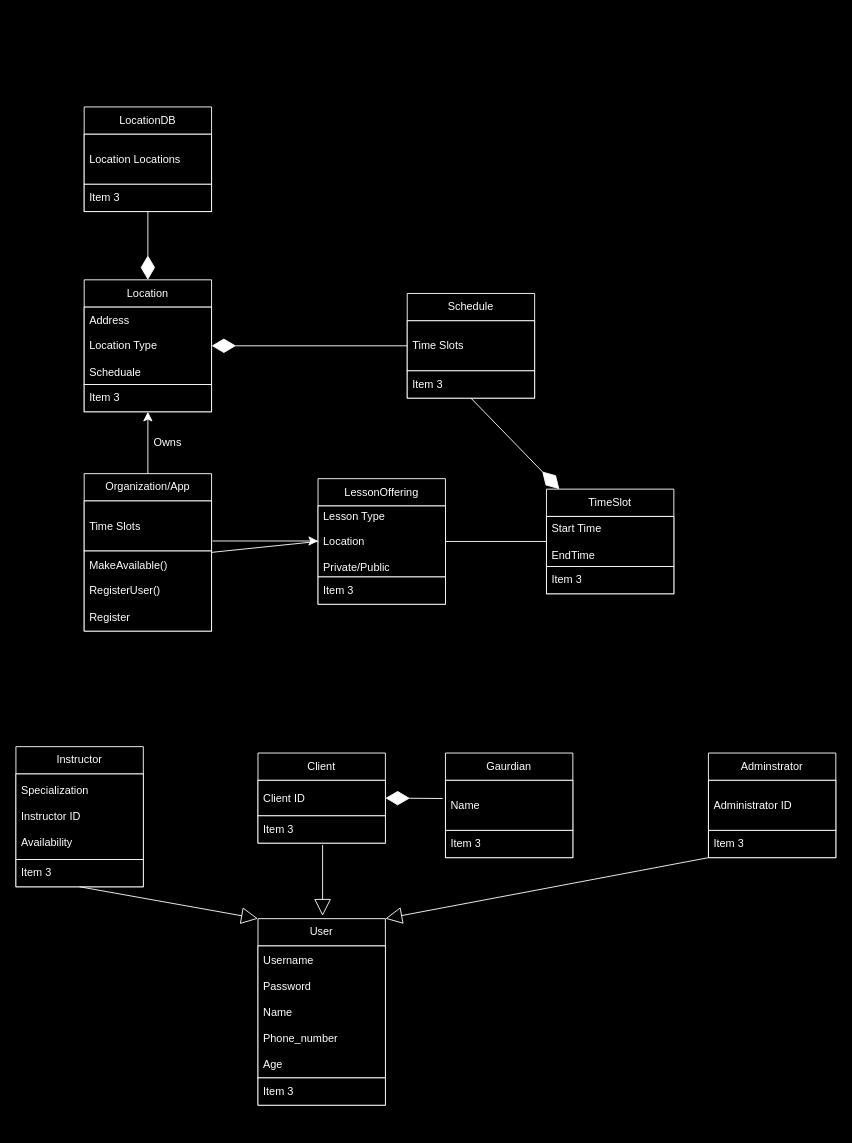
This is class_diagram.drawio from matdavid7272/342project, a draw.io file, before an edit. Source tidied: cells renumbered, new cells numbered last; positions are measured from the earlier drawing's top-left corner, leaving out a move shared by most shapes. Both pictures are drawn from the tidied source at 91%, with x=0, y=0 at pixel (15, 106).
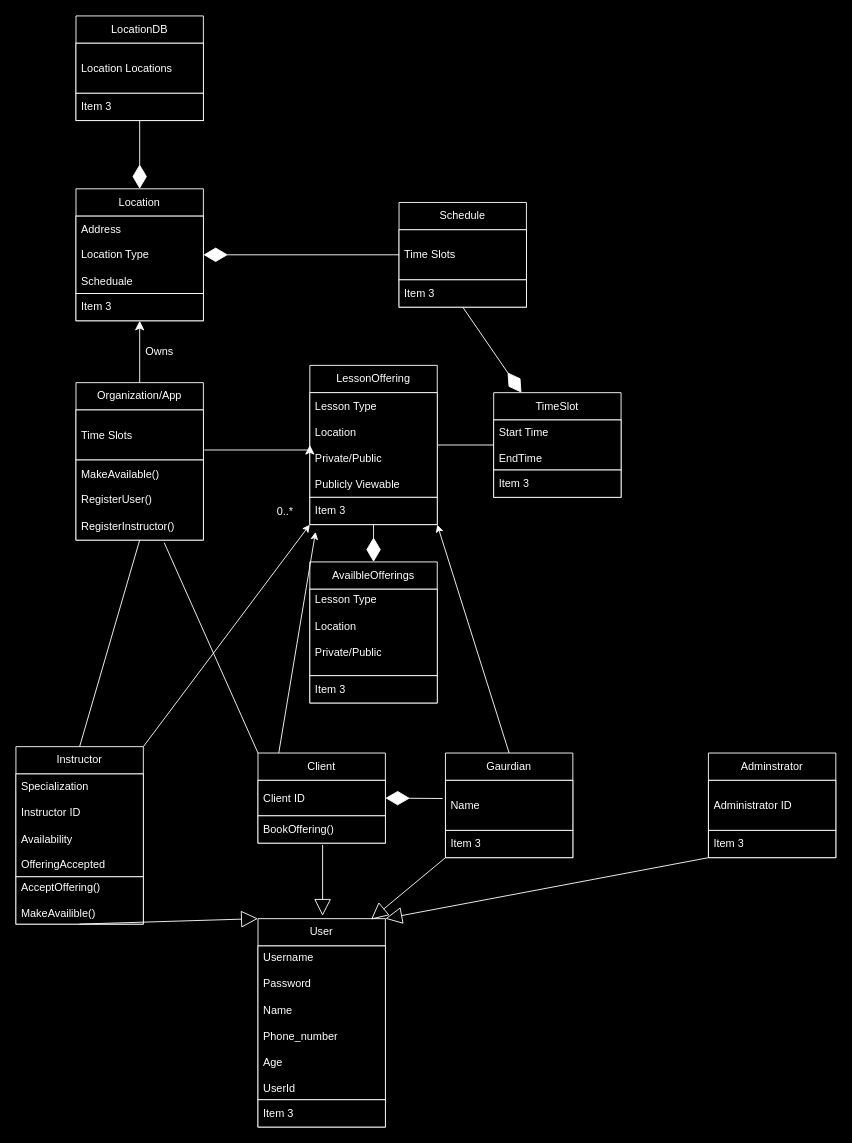
Above is the later version.

The change refers to these unchanged cells:
```xml
<mxCell id="5" value="&lt;font color=&quot;#ffffff&quot;&gt;Client&lt;/font&gt;" style="swimlane;fontStyle=0;horizontal=1;startSize=30;whiteSpace=wrap;html=1;strokeColor=#FFFFFF;fillColor=#000000;" parent="1" vertex="1">
  <mxGeometry x="266" y="710" width="140" height="99" as="geometry" />
</mxCell>
<mxCell id="18" value="&lt;font color=&quot;#ffffff&quot;&gt;Gaurdian&lt;/font&gt;" style="swimlane;fontStyle=0;horizontal=1;startSize=30;whiteSpace=wrap;html=1;strokeColor=#FFFFFF;fillColor=#000000;" parent="1" vertex="1">
  <mxGeometry x="472" y="710" width="140" height="115" as="geometry" />
</mxCell>
```

Diff of the diagram source:
```diff
@@
     <mxCell id="2" value="&lt;font color=&quot;#ffffff&quot;&gt;User&lt;/font&gt;" style="swimlane;fontStyle=0;horizontal=1;startSize=30;whiteSpace=wrap;html=1;strokeColor=#FFFFFF;fillColor=#000000;" parent="1" vertex="1">
-      <mxGeometry x="266" y="892" width="140" height="205" as="geometry" />
+      <mxGeometry x="266" y="892" width="140" height="229" as="geometry" />
     </mxCell>
-    <mxCell id="3" value="&lt;font color=&quot;#ffffff&quot;&gt;Username&lt;/font&gt;&lt;div&gt;&lt;font color=&quot;#ffffff&quot;&gt;&lt;br&gt;&lt;/font&gt;&lt;div&gt;&lt;font color=&quot;#ffffff&quot;&gt;Password&lt;/font&gt;&lt;/div&gt;&lt;/div&gt;&lt;div&gt;&lt;font color=&quot;#ffffff&quot;&gt;&lt;br&gt;&lt;/font&gt;&lt;/div&gt;&lt;div&gt;&lt;font color=&quot;#ffffff&quot;&gt;Name&lt;/font&gt;&lt;/div&gt;&lt;div&gt;&lt;font color=&quot;#ffffff&quot;&gt;&lt;br&gt;&lt;/font&gt;&lt;/div&gt;&lt;div&gt;&lt;font color=&quot;#ffffff&quot;&gt;Phone_number&lt;/font&gt;&lt;/div&gt;&lt;div&gt;&lt;font color=&quot;#ffffff&quot;&gt;&lt;br&gt;&lt;/font&gt;&lt;/div&gt;&lt;div&gt;&lt;font color=&quot;#ffffff&quot;&gt;Age&lt;/font&gt;&lt;/div&gt;" style="text;strokeColor=#FFFFFF;fillColor=#000000;align=left;verticalAlign=middle;spacingLeft=4;spacingRight=4;overflow=hidden;whiteSpace=wrap;html=1;" parent="2" vertex="1">
-      <mxGeometry y="30" width="140" height="145" as="geometry" />
+    <mxCell id="3" value="&lt;font color=&quot;#ffffff&quot;&gt;Username&lt;/font&gt;&lt;div&gt;&lt;font color=&quot;#ffffff&quot;&gt;&lt;br&gt;&lt;/font&gt;&lt;div&gt;&lt;font color=&quot;#ffffff&quot;&gt;Password&lt;/font&gt;&lt;/div&gt;&lt;/div&gt;&lt;div&gt;&lt;font color=&quot;#ffffff&quot;&gt;&lt;br&gt;&lt;/font&gt;&lt;/div&gt;&lt;div&gt;&lt;font color=&quot;#ffffff&quot;&gt;Name&lt;/font&gt;&lt;/div&gt;&lt;div&gt;&lt;font color=&quot;#ffffff&quot;&gt;&lt;br&gt;&lt;/font&gt;&lt;/div&gt;&lt;div&gt;&lt;font color=&quot;#ffffff&quot;&gt;Phone_number&lt;/font&gt;&lt;/div&gt;&lt;div&gt;&lt;font color=&quot;#ffffff&quot;&gt;&lt;br&gt;&lt;/font&gt;&lt;/div&gt;&lt;div&gt;&lt;font color=&quot;#ffffff&quot;&gt;Age&lt;/font&gt;&lt;/div&gt;&lt;div&gt;&lt;font color=&quot;#ffffff&quot;&gt;&lt;br&gt;&lt;/font&gt;&lt;/div&gt;&lt;div&gt;&lt;font color=&quot;#ffffff&quot;&gt;UserId&lt;/font&gt;&lt;/div&gt;" style="text;strokeColor=#FFFFFF;fillColor=#000000;align=left;verticalAlign=middle;spacingLeft=4;spacingRight=4;overflow=hidden;whiteSpace=wrap;html=1;" parent="2" vertex="1">
+      <mxGeometry y="30" width="140" height="169" as="geometry" />
     </mxCell>
     <mxCell id="4" value="&lt;font style=&quot;background-color: rgb(0, 0, 0);&quot; color=&quot;#ffffff&quot;&gt;Item 3&lt;/font&gt;" style="text;strokeColor=#FFFFFF;fillColor=#000000;align=left;verticalAlign=middle;spacingLeft=4;spacingRight=4;overflow=hidden;whiteSpace=wrap;html=1;" parent="2" vertex="1">
-      <mxGeometry y="175" width="140" height="30" as="geometry" />
+      <mxGeometry y="199" width="140" height="30" as="geometry" />
     </mxCell>
@@
-    <mxCell id="7" value="&lt;font style=&quot;background-color: rgb(0, 0, 0);&quot; color=&quot;#ffffff&quot;&gt;Item 3&lt;/font&gt;" style="text;strokeColor=#FFFFFF;fillColor=#000000;align=left;verticalAlign=middle;spacingLeft=4;spacingRight=4;overflow=hidden;whiteSpace=wrap;html=1;" parent="5" vertex="1">
+    <mxCell id="7" value="&lt;font style=&quot;background-color: rgb(0, 0, 0);&quot; color=&quot;#ffffff&quot;&gt;BookOffering()&lt;/font&gt;" style="text;strokeColor=#FFFFFF;fillColor=#000000;align=left;verticalAlign=middle;spacingLeft=4;spacingRight=4;overflow=hidden;whiteSpace=wrap;html=1;" parent="5" vertex="1">
       <mxGeometry y="69" width="140" height="30" as="geometry" />
     </mxCell>
@@
     <mxCell id="9" value="&lt;font color=&quot;#ffffff&quot;&gt;Instructor&lt;/font&gt;" style="swimlane;fontStyle=0;horizontal=1;startSize=30;whiteSpace=wrap;html=1;strokeColor=#FFFFFF;fillColor=#000000;" parent="1" vertex="1">
-      <mxGeometry y="703" width="140" height="154" as="geometry" />
+      <mxGeometry y="703" width="140" height="195" as="geometry" />
     </mxCell>
-    <mxCell id="10" value="&lt;font color=&quot;#ffffff&quot;&gt;Specialization&lt;/font&gt;&lt;div&gt;&lt;font color=&quot;#ffffff&quot;&gt;&lt;br&gt;&lt;/font&gt;&lt;/div&gt;&lt;div&gt;&lt;font color=&quot;#ffffff&quot;&gt;Instructor ID&lt;/font&gt;&lt;/div&gt;&lt;div&gt;&lt;font color=&quot;#ffffff&quot;&gt;&lt;br&gt;&lt;/font&gt;&lt;/div&gt;&lt;div&gt;&lt;font color=&quot;#ffffff&quot;&gt;Availability&lt;/font&gt;&lt;/div&gt;" style="text;strokeColor=#FFFFFF;fillColor=#000000;align=left;verticalAlign=middle;spacingLeft=4;spacingRight=4;overflow=hidden;whiteSpace=wrap;html=1;" parent="9" vertex="1">
-      <mxGeometry y="30" width="140" height="94" as="geometry" />
+    <mxCell id="10" value="&lt;font color=&quot;#ffffff&quot;&gt;Specialization&lt;/font&gt;&lt;div&gt;&lt;font color=&quot;#ffffff&quot;&gt;&lt;br&gt;&lt;/font&gt;&lt;/div&gt;&lt;div&gt;&lt;font color=&quot;#ffffff&quot;&gt;Instructor ID&lt;/font&gt;&lt;/div&gt;&lt;div&gt;&lt;font color=&quot;#ffffff&quot;&gt;&lt;br&gt;&lt;/font&gt;&lt;/div&gt;&lt;div&gt;&lt;font color=&quot;#ffffff&quot;&gt;Availability&lt;/font&gt;&lt;/div&gt;&lt;div&gt;&lt;font color=&quot;#ffffff&quot;&gt;&lt;br&gt;&lt;/font&gt;&lt;/div&gt;&lt;div&gt;&lt;font color=&quot;#ffffff&quot;&gt;OfferingAccepted&lt;/font&gt;&lt;/div&gt;" style="text;strokeColor=#FFFFFF;fillColor=#000000;align=left;verticalAlign=middle;spacingLeft=4;spacingRight=4;overflow=hidden;whiteSpace=wrap;html=1;" parent="9" vertex="1">
+      <mxGeometry y="30" width="140" height="113" as="geometry" />
     </mxCell>
-    <mxCell id="11" value="&lt;font style=&quot;background-color: rgb(0, 0, 0);&quot; color=&quot;#ffffff&quot;&gt;Item 3&lt;/font&gt;" style="text;strokeColor=#FFFFFF;fillColor=#000000;align=left;verticalAlign=middle;spacingLeft=4;spacingRight=4;overflow=hidden;whiteSpace=wrap;html=1;" parent="9" vertex="1">
-      <mxGeometry y="124" width="140" height="30" as="geometry" />
+    <mxCell id="11" value="&lt;font style=&quot;background-color: rgb(0, 0, 0);&quot; color=&quot;#ffffff&quot;&gt;AcceptOffering()&lt;/font&gt;&lt;div&gt;&lt;font style=&quot;background-color: rgb(0, 0, 0);&quot; color=&quot;#ffffff&quot;&gt;&lt;br&gt;&lt;/font&gt;&lt;/div&gt;&lt;div&gt;&lt;font style=&quot;background-color: rgb(0, 0, 0);&quot; color=&quot;#ffffff&quot;&gt;MakeAvailible()&lt;/font&gt;&lt;/div&gt;" style="text;strokeColor=#FFFFFF;fillColor=#000000;align=left;verticalAlign=middle;spacingLeft=4;spacingRight=4;overflow=hidden;whiteSpace=wrap;html=1;" parent="9" vertex="1">
+      <mxGeometry y="143" width="140" height="52" as="geometry" />
     </mxCell>
@@
     <mxCell id="21" value="&lt;font color=&quot;#ffffff&quot;&gt;Location&lt;/font&gt;" style="swimlane;fontStyle=0;horizontal=1;startSize=30;whiteSpace=wrap;html=1;strokeColor=#FFFFFF;fillColor=#000000;" parent="1" vertex="1">
-      <mxGeometry x="75" y="190" width="140" height="145" as="geometry" />
+      <mxGeometry x="66" y="90" width="140" height="145" as="geometry" />
     </mxCell>
@@
     <mxCell id="24" value="&lt;font color=&quot;#ffffff&quot;&gt;Schedule&lt;/font&gt;" style="swimlane;fontStyle=0;horizontal=1;startSize=30;whiteSpace=wrap;html=1;strokeColor=#FFFFFF;fillColor=#000000;" parent="1" vertex="1">
-      <mxGeometry x="430" y="205" width="140" height="115" as="geometry" />
+      <mxGeometry x="421" y="105" width="140" height="115" as="geometry" />
     </mxCell>
@@
     <mxCell id="28" value="&lt;font color=&quot;#ffffff&quot;&gt;LocationDB&lt;/font&gt;" style="swimlane;fontStyle=0;horizontal=1;startSize=30;whiteSpace=wrap;html=1;strokeColor=#FFFFFF;fillColor=#000000;" parent="1" vertex="1">
-      <mxGeometry x="75" width="140" height="115" as="geometry" />
+      <mxGeometry x="66" y="-100" width="140" height="115" as="geometry" />
     </mxCell>
@@
     <mxCell id="32" value="&lt;font color=&quot;#ffffff&quot;&gt;Organization/App&lt;/font&gt;" style="swimlane;fontStyle=0;horizontal=1;startSize=30;whiteSpace=wrap;html=1;strokeColor=#FFFFFF;fillColor=#000000;" parent="1" vertex="1">
-      <mxGeometry x="75" y="403" width="140" height="173" as="geometry" />
+      <mxGeometry x="66" y="303" width="140" height="173" as="geometry" />
     </mxCell>
@@
-    <mxCell id="34" value="&lt;font style=&quot;background-color: rgb(0, 0, 0);&quot; color=&quot;#ffffff&quot;&gt;MakeAvailable()&lt;/font&gt;&lt;div&gt;&lt;font style=&quot;background-color: rgb(0, 0, 0);&quot; color=&quot;#ffffff&quot;&gt;&lt;br&gt;&lt;/font&gt;&lt;/div&gt;&lt;div&gt;&lt;font style=&quot;background-color: rgb(0, 0, 0);&quot; color=&quot;#ffffff&quot;&gt;RegisterUser()&lt;/font&gt;&lt;/div&gt;&lt;div&gt;&lt;font style=&quot;background-color: rgb(0, 0, 0);&quot; color=&quot;#ffffff&quot;&gt;&lt;br&gt;&lt;/font&gt;&lt;/div&gt;&lt;div&gt;&lt;font style=&quot;background-color: rgb(0, 0, 0);&quot; color=&quot;#ffffff&quot;&gt;Register&lt;/font&gt;&lt;/div&gt;" style="text;strokeColor=#FFFFFF;fillColor=#000000;align=left;verticalAlign=middle;spacingLeft=4;spacingRight=4;overflow=hidden;whiteSpace=wrap;html=1;" parent="32" vertex="1">
+    <mxCell id="34" value="&lt;font style=&quot;background-color: rgb(0, 0, 0);&quot; color=&quot;#ffffff&quot;&gt;MakeAvailable()&lt;/font&gt;&lt;div&gt;&lt;font style=&quot;background-color: rgb(0, 0, 0);&quot; color=&quot;#ffffff&quot;&gt;&lt;br&gt;&lt;/font&gt;&lt;/div&gt;&lt;div&gt;&lt;font style=&quot;background-color: rgb(0, 0, 0);&quot; color=&quot;#ffffff&quot;&gt;RegisterUser()&lt;/font&gt;&lt;/div&gt;&lt;div&gt;&lt;font style=&quot;background-color: rgb(0, 0, 0);&quot; color=&quot;#ffffff&quot;&gt;&lt;br&gt;&lt;/font&gt;&lt;/div&gt;&lt;div&gt;&lt;font style=&quot;background-color: rgb(0, 0, 0);&quot; color=&quot;#ffffff&quot;&gt;RegisterInstructor()&lt;/font&gt;&lt;/div&gt;" style="text;strokeColor=#FFFFFF;fillColor=#000000;align=left;verticalAlign=middle;spacingLeft=4;spacingRight=4;overflow=hidden;whiteSpace=wrap;html=1;" parent="32" vertex="1">
       <mxGeometry y="85" width="140" height="88" as="geometry" />
     </mxCell>
@@
     <mxCell id="36" value="&lt;font color=&quot;#ffffff&quot;&gt;Owns&lt;/font&gt;" style="text;html=1;align=center;verticalAlign=middle;whiteSpace=wrap;rounded=0;" parent="1" vertex="1">
-      <mxGeometry x="137" y="354" width="60" height="30" as="geometry" />
+      <mxGeometry x="128" y="254" width="60" height="30" as="geometry" />
     </mxCell>
@@
     <mxCell id="38" value="&lt;font color=&quot;#ffffff&quot;&gt;TimeSlot&lt;/font&gt;" style="swimlane;fontStyle=0;horizontal=1;startSize=30;whiteSpace=wrap;html=1;strokeColor=#FFFFFF;fillColor=#000000;" parent="1" vertex="1">
-      <mxGeometry x="583" y="420" width="140" height="115" as="geometry" />
+      <mxGeometry x="525" y="314" width="140" height="115" as="geometry" />
     </mxCell>
@@
     <mxCell id="42" value="&lt;font color=&quot;#ffffff&quot;&gt;LessonOffering&lt;/font&gt;" style="swimlane;fontStyle=0;horizontal=1;startSize=30;whiteSpace=wrap;html=1;strokeColor=#FFFFFF;fillColor=#000000;" parent="1" vertex="1">
-      <mxGeometry x="332" y="408.5" width="140" height="138" as="geometry" />
+      <mxGeometry x="323" y="284" width="140" height="175" as="geometry" />
     </mxCell>
-    <mxCell id="43" value="&lt;font color=&quot;#ffffff&quot;&gt;Lesson Type&lt;/font&gt;&lt;div&gt;&lt;font color=&quot;#ffffff&quot;&gt;&lt;br&gt;&lt;/font&gt;&lt;/div&gt;&lt;div&gt;&lt;font color=&quot;#ffffff&quot;&gt;Location&lt;/font&gt;&lt;/div&gt;&lt;div&gt;&lt;font color=&quot;#ffffff&quot;&gt;&lt;br&gt;&lt;/font&gt;&lt;/div&gt;&lt;div&gt;&lt;font color=&quot;#ffffff&quot;&gt;Private/Public&lt;/font&gt;&lt;/div&gt;" style="text;strokeColor=#FFFFFF;fillColor=#000000;align=left;verticalAlign=middle;spacingLeft=4;spacingRight=4;overflow=hidden;points=[[0,0.5],[1,0.5]];portConstraint=eastwest;whiteSpace=wrap;html=1;" parent="42" vertex="1">
-      <mxGeometry y="30" width="140" height="78" as="geometry" />
+    <mxCell id="43" value="&lt;font color=&quot;#ffffff&quot;&gt;Lesson Type&lt;/font&gt;&lt;div&gt;&lt;font color=&quot;#ffffff&quot;&gt;&lt;br&gt;&lt;/font&gt;&lt;/div&gt;&lt;div&gt;&lt;font color=&quot;#ffffff&quot;&gt;Location&lt;/font&gt;&lt;/div&gt;&lt;div&gt;&lt;font color=&quot;#ffffff&quot;&gt;&lt;br&gt;&lt;/font&gt;&lt;/div&gt;&lt;div&gt;&lt;font color=&quot;#ffffff&quot;&gt;Private/Public&lt;/font&gt;&lt;/div&gt;&lt;div&gt;&lt;font color=&quot;#ffffff&quot;&gt;&lt;br&gt;&lt;/font&gt;&lt;/div&gt;&lt;div&gt;&lt;font color=&quot;#ffffff&quot;&gt;Publicly Viewable&lt;/font&gt;&lt;/div&gt;" style="text;strokeColor=#FFFFFF;fillColor=#000000;align=left;verticalAlign=middle;spacingLeft=4;spacingRight=4;overflow=hidden;points=[[0,0.5],[1,0.5]];portConstraint=eastwest;whiteSpace=wrap;html=1;" parent="42" vertex="1">
+      <mxGeometry y="30" width="140" height="115" as="geometry" />
     </mxCell>
     <mxCell id="44" value="&lt;font style=&quot;background-color: rgb(0, 0, 0);&quot; color=&quot;#ffffff&quot;&gt;Item 3&lt;/font&gt;" style="text;strokeColor=#FFFFFF;fillColor=#000000;align=left;verticalAlign=middle;spacingLeft=4;spacingRight=4;overflow=hidden;whiteSpace=wrap;html=1;" parent="42" vertex="1">
-      <mxGeometry y="108" width="140" height="30" as="geometry" />
+      <mxGeometry y="145" width="140" height="30" as="geometry" />
     </mxCell>
-    <mxCell id="45" style="endArrow=none;html=1;rounded=0;strokeColor=#FFFFFF;entryX=0;entryY=0.5;entryDx=0;entryDy=0;exitX=1;exitY=0.5;exitDx=0;exitDy=0;" parent="1" edge="1" source="32" target="42">
-      <mxGeometry relative="1" as="geometry" />
-    </mxCell>
     <mxCell id="46" style="edgeStyle=segmentEdgeStyle;endArrow=classic;html=1;curved=0;rounded=0;endSize=8;startSize=8;strokeColor=#FFFFFF;entryX=0;entryY=0.5;entryDx=0;entryDy=0;" parent="1" edge="1" target="43">
       <mxGeometry relative="1" as="geometry">
-        <mxPoint x="216" y="477" as="sourcePoint" />
+        <mxPoint x="207" y="377" as="sourcePoint" />
       </mxGeometry>
     </mxCell>
+    <mxCell id="47" style="endArrow=none;html=1;rounded=0;exitX=0.5;exitY=0;exitDx=0;exitDy=0;entryX=0.5;entryY=1;entryDx=0;entryDy=0;strokeColor=#FFFFFF;" parent="1" edge="1" source="9" target="32">
+      <mxGeometry relative="1" as="geometry" />
+    </mxCell>
+    <mxCell id="48" style="endArrow=classic;html=1;rounded=0;strokeColor=#FFFFFF;entryX=0;entryY=1;entryDx=0;entryDy=0;exitX=1;exitY=0;exitDx=0;exitDy=0;" parent="1" edge="1" source="9" target="42">
+      <mxGeometry relative="1" as="geometry" />
+    </mxCell>
+    <mxCell id="49" value="&lt;font style=&quot;background-color: rgb(0, 0, 0);&quot; color=&quot;#ffffff&quot;&gt;0..*&lt;/font&gt;" style="text;whiteSpace=wrap;html=1;" parent="1" vertex="1">
+      <mxGeometry x="285" y="431" width="59" height="36" as="geometry" />
+    </mxCell>
+    <mxCell id="50" value="&lt;font color=&quot;#ffffff&quot;&gt;AvailbleOfferings&lt;/font&gt;" style="swimlane;fontStyle=0;horizontal=1;startSize=30;whiteSpace=wrap;html=1;strokeColor=#FFFFFF;fillColor=#000000;" parent="1" vertex="1">
+      <mxGeometry x="323" y="500" width="140" height="155" as="geometry" />
+    </mxCell>
+    <mxCell id="51" value="&lt;font color=&quot;#ffffff&quot;&gt;Lesson Type&lt;/font&gt;&lt;div&gt;&lt;font color=&quot;#ffffff&quot;&gt;&lt;br&gt;&lt;/font&gt;&lt;/div&gt;&lt;div&gt;&lt;font color=&quot;#ffffff&quot;&gt;Location&lt;/font&gt;&lt;/div&gt;&lt;div&gt;&lt;font color=&quot;#ffffff&quot;&gt;&lt;br&gt;&lt;/font&gt;&lt;/div&gt;&lt;div&gt;&lt;font color=&quot;#ffffff&quot;&gt;Private/Public&lt;/font&gt;&lt;/div&gt;&lt;div&gt;&lt;br&gt;&lt;/div&gt;" style="text;strokeColor=#FFFFFF;fillColor=#000000;align=left;verticalAlign=middle;spacingLeft=4;spacingRight=4;overflow=hidden;whiteSpace=wrap;html=1;" parent="50" vertex="1">
+      <mxGeometry y="30" width="140" height="95" as="geometry" />
+    </mxCell>
+    <mxCell id="52" value="&lt;font style=&quot;background-color: rgb(0, 0, 0);&quot; color=&quot;#ffffff&quot;&gt;Item 3&lt;/font&gt;" style="text;strokeColor=#FFFFFF;fillColor=#000000;align=left;verticalAlign=middle;spacingLeft=4;spacingRight=4;overflow=hidden;whiteSpace=wrap;html=1;" parent="50" vertex="1">
+      <mxGeometry y="125" width="140" height="30" as="geometry" />
+    </mxCell>
+    <mxCell id="53" style="endArrow=diamondThin;endFill=1;endSize=24;html=1;rounded=0;strokeColor=#FFFFFF;entryX=0.5;entryY=0;entryDx=0;entryDy=0;exitX=0.5;exitY=1;exitDx=0;exitDy=0;" parent="1" edge="1" source="42" target="50">
+      <mxGeometry relative="1" as="geometry" />
+    </mxCell>
+    <mxCell id="54" style="endArrow=block;endSize=16;endFill=0;html=1;rounded=0;entryX=0.888;entryY=0.004;entryDx=0;entryDy=0;exitX=0;exitY=1;exitDx=0;exitDy=0;strokeColor=#FFFFFF;entryPerimeter=0;" parent="1" edge="1" source="18" target="2">
+      <mxGeometry relative="1" as="geometry" />
+    </mxCell>
+    <mxCell id="55" style="endArrow=classic;html=1;rounded=0;strokeColor=#FFFFFF;entryX=0.75;entryY=1;entryDx=0;entryDy=0;exitX=0.163;exitY=0;exitDx=0;exitDy=0;exitPerimeter=0;" parent="1" edge="1" source="5" target="49">
+      <mxGeometry relative="1" as="geometry" />
+    </mxCell>
+    <mxCell id="56" style="endArrow=classic;html=1;rounded=0;strokeColor=#FFFFFF;entryX=1;entryY=1;entryDx=0;entryDy=0;exitX=0.5;exitY=0;exitDx=0;exitDy=0;" parent="1" edge="1" source="18" target="42">
+      <mxGeometry relative="1" as="geometry" />
+    </mxCell>
+    <mxCell id="57" style="endArrow=none;html=1;rounded=0;exitX=0;exitY=0;exitDx=0;exitDy=0;strokeColor=#FFFFFF;" parent="1" edge="1" source="5">
+      <mxGeometry relative="1" as="geometry">
+        <mxPoint x="163" y="479" as="targetPoint" />
+      </mxGeometry>
+    </mxCell>
```
